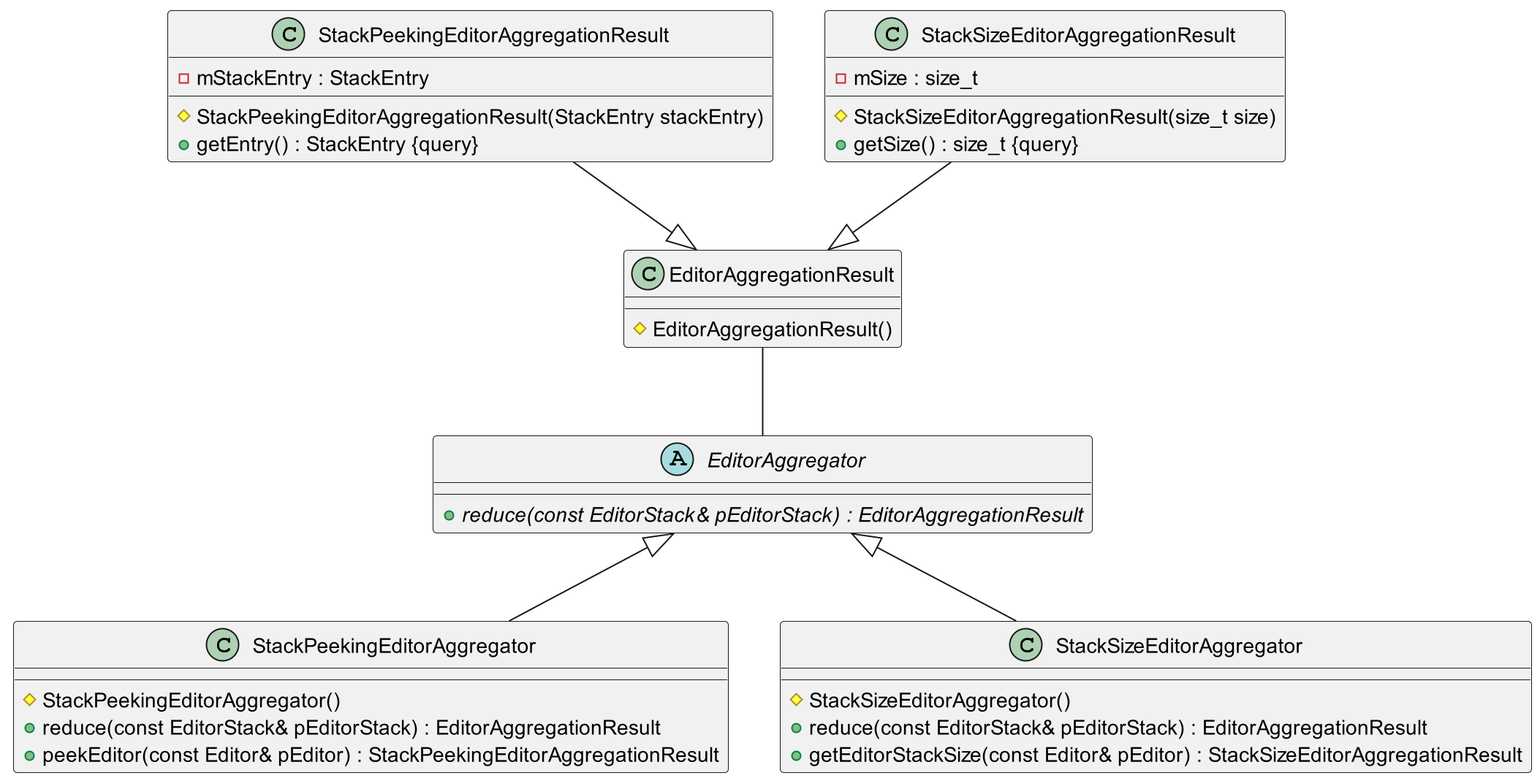
This is Thesis/images/class_editor_aggregator.png from Isti01/PolygonSDF, a PlantUML export, as it was before one commit. Its source is kept beside it as Thesis/diagrams/class_editor_aggregator.puml. Source of this version:
```plantuml
@startuml

scale 2


class EditorAggregationResult {
    #EditorAggregationResult()
}

abstract class EditorAggregator {
    +{abstract} reduce(const EditorStack& pEditorStack) : EditorAggregationResult
}

class StackPeekingEditorAggregationResult {
    #StackPeekingEditorAggregationResult(StackEntry stackEntry)
    +getEntry() : StackEntry {query}
    -mStackEntry : StackEntry
}

class StackPeekingEditorAggregator {
    #StackPeekingEditorAggregator()
    +reduce(const EditorStack& pEditorStack) : EditorAggregationResult
    +peekEditor(const Editor& pEditor) : StackPeekingEditorAggregationResult
}

class StackSizeEditorAggregationResult {
    #StackSizeEditorAggregationResult(size_t size)
    +getSize() : size_t {query}
    -mSize : size_t
}

class StackSizeEditorAggregator {
    #StackSizeEditorAggregator()
    +reduce(const EditorStack& pEditorStack) : EditorAggregationResult
    +getEditorStackSize(const Editor& pEditor) : StackSizeEditorAggregationResult
}


StackPeekingEditorAggregationResult --|> EditorAggregationResult
StackSizeEditorAggregationResult --|> EditorAggregationResult
EditorAggregator <|-- StackPeekingEditorAggregator
EditorAggregator <|-- StackSizeEditorAggregator

EditorAggregationResult -- EditorAggregator


@enduml
```
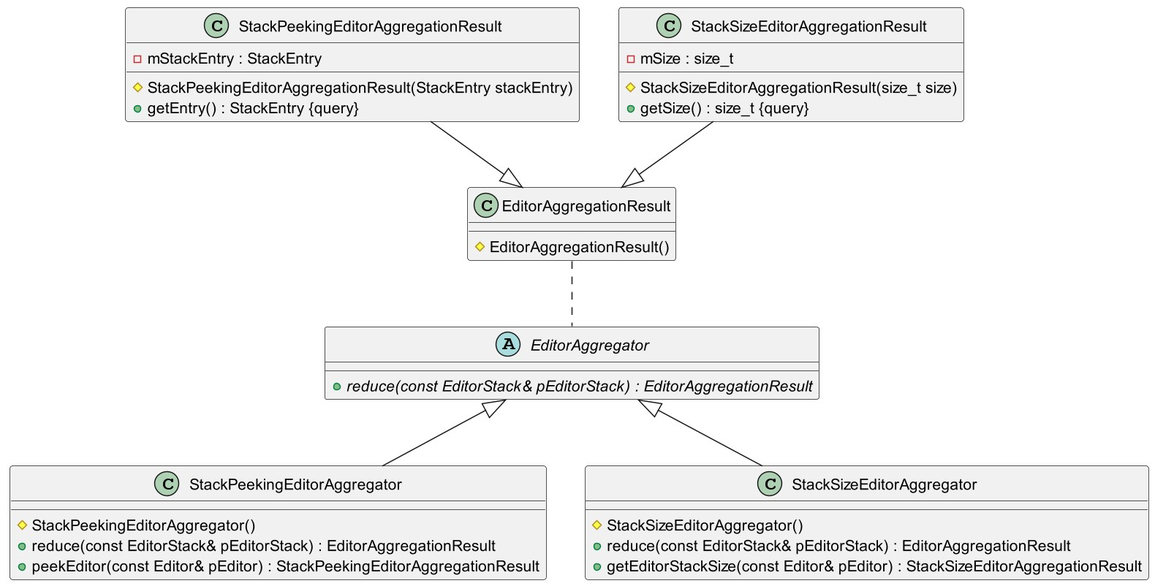
The same diagram one commit later.

The edit, as a diff of the source:
```diff
@@ -1,6 +1,4 @@
 @startuml
-
-scale 2
 
 
 class EditorAggregationResult {
@@ -41,7 +39,7 @@
 EditorAggregator <|-- StackPeekingEditorAggregator
 EditorAggregator <|-- StackSizeEditorAggregator
 
-EditorAggregationResult -- EditorAggregator
+EditorAggregationResult .. EditorAggregator
 
 
 @enduml
```
